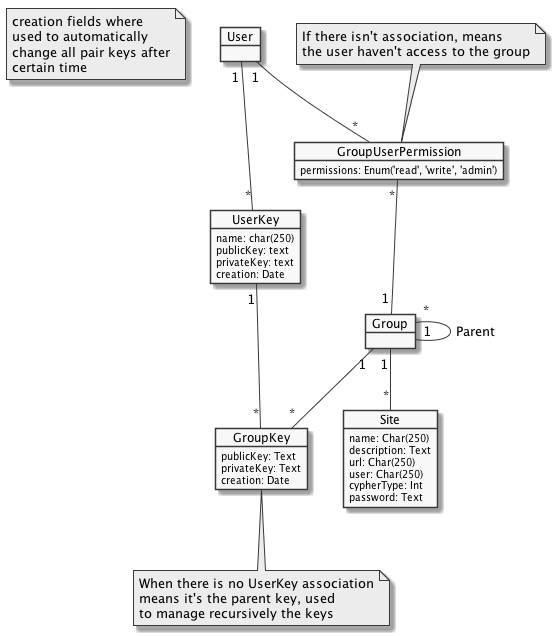
This is doc/database.png from Dracks/password-manager-django, a PlantUML export, as it was before one commit.
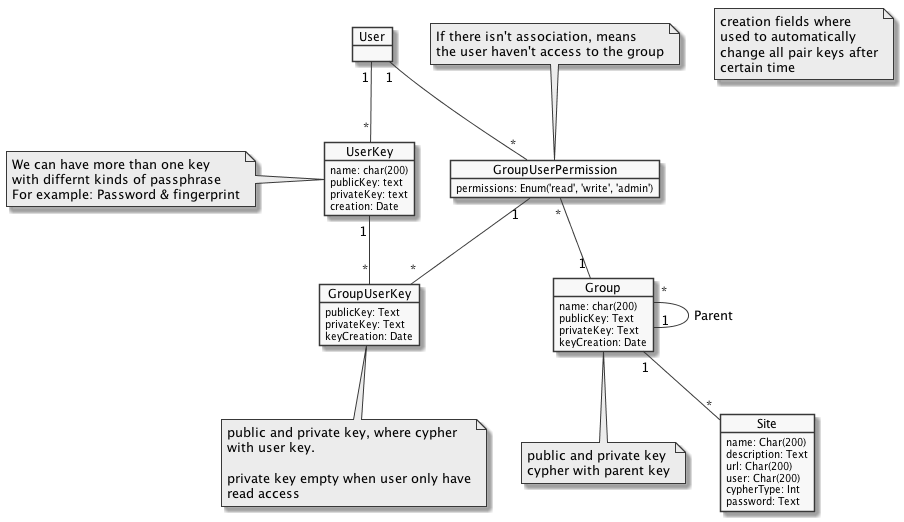
Later version of the same file.

Commit message:
Updated some models, and created the models of cypher part

Change to the diagram source:
```diff
@@ -14,28 +14,29 @@
 }
 
 object UserKey {
-	name: char(250)
+	name: char(200)
 	publicKey: text
 	privateKey: text
 	creation: Date
 }
 
+note left
+ We can have more than one key
+ with differnt kinds of passphrase
+ For example: Password & fingerprint
+end note
+
 object Group {
-
-}
-
-object GroupKey {
+	name: char(200)
 	publicKey: Text
 	privateKey: Text
-	creation: Date
+	keyCreation: Date
 }
 
 note bottom
-When there is no UserKey association
-means it's the parent key, used
-to manage recursively the keys
+public and private key
+cypher with parent key
 end note
-
 
 object GroupUserPermission {
 	permissions: Enum('read', 'write', 'admin')
@@ -46,11 +47,24 @@
 the user haven't access to the group
 end note
 
+object GroupUserKey {
+	publicKey: Text
+	privateKey: Text
+	keyCreation: Date
+}
+note bottom
+public and private key, where cypher
+with user key.
+
+private key empty when user only have
+read access
+end note
+
 object Site {
-	name: Char(250)
+	name: Char(200)
 	description: Text
-	url: Char(250)
-	user: Char(250)
+	url: Char(200)
+	user: Char(200)
 	cypherType: Int
 	password: Text
 }
@@ -60,7 +74,7 @@
 GroupUserPermission "*" -- "1" Group
 Group "*" -- "1" Group : Parent
 Group "1" -- "*" Site
-Group "1" -- "*" GroupKey
-UserKey "1" -- "*" GroupKey
+GroupUserPermission "1" -- "*" GroupUserKey
+UserKey "1" -- "*" GroupUserKey
 
 @enduml
```
